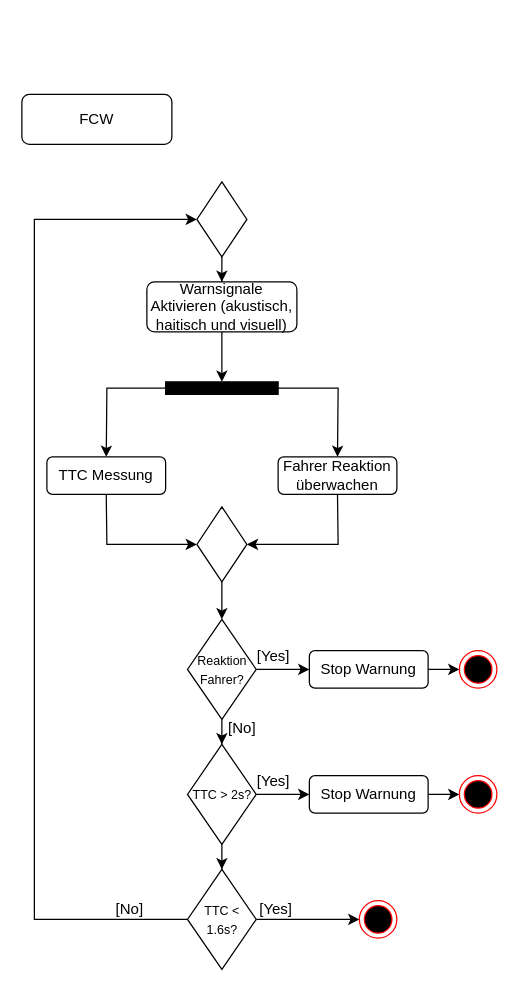
This is Aktivitätsdiagramm/DRAWIO Dateien/Aktivitätsdiagramm_FCW.drawio from Nickcoby/Informatik-in-Fzgsystemen, a draw.io file, before an edit. Source tidied: cells renumbered, new cells numbered last; positions are measured from the earlier drawing's top-left corner, leaving out a move shared by most shapes. Both pictures are drawn from the tidied source at 125%, with x=0, y=0 at pixel (21, 94).
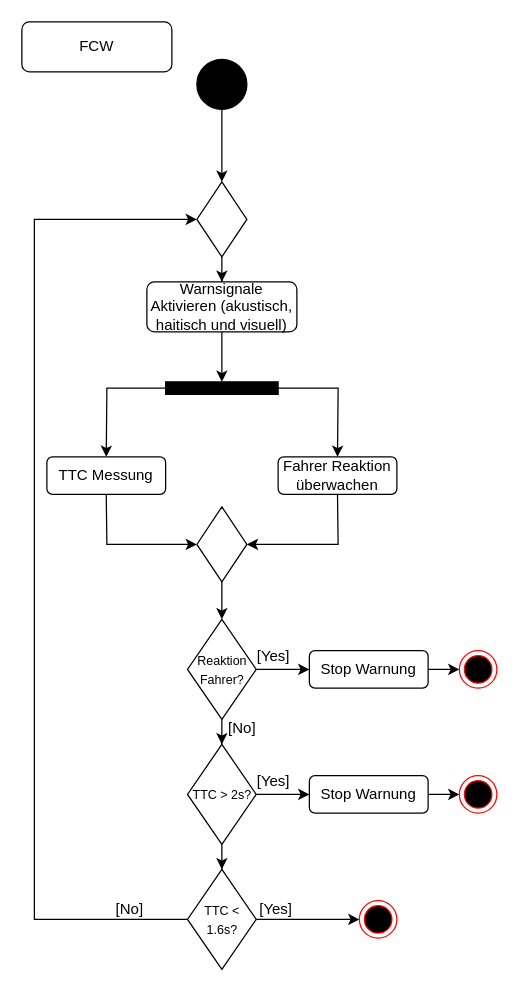
The same page after the edit.

The change refers to these unchanged cells:
```xml
<mxCell id="6" style="rhombus;whiteSpace=wrap;html=1;" parent="1" vertex="1">
  <mxGeometry x="140" y="70" width="40" height="60" as="geometry" />
</mxCell>
```

Change to the diagram source:
```diff
@@
     <mxCell id="2" value="FCW" style="rounded=1;whiteSpace=wrap;html=1;fontSize=12;glass=0;strokeWidth=1;shadow=0;" parent="1" vertex="1">
-      <mxGeometry width="120" height="40" as="geometry" />
+      <mxGeometry y="-58" width="120" height="40" as="geometry" />
     </mxCell>
@@
+    <mxCell id="37" style="edgeStyle=orthogonalEdgeStyle;rounded=0;jettySize=auto;html=1;" parent="1" edge="1" source="38" target="6">
+      <mxGeometry relative="1" as="geometry" />
+    </mxCell>
+    <mxCell id="38" style="ellipse;whiteSpace=wrap;html=1;fillColor=light-dark(#000000,#000000);" parent="1" vertex="1">
+      <mxGeometry x="140" y="-28" width="40" height="40" as="geometry" />
+    </mxCell>
```
